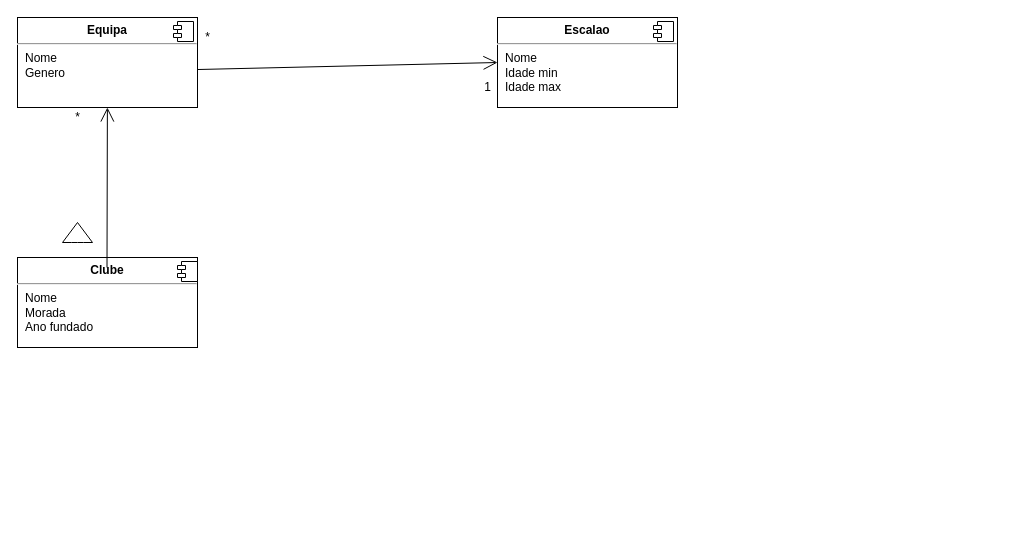
Earlier version of the draw.io diagram Untitled Diagram.drawio (up201907863/up201907863). Source tidied: cells renumbered, new cells numbered last; positions are measured from the earlier drawing's top-left corner, leaving out a move shared by most shapes. Both pictures are drawn from the tidied source at 100%, with x=0, y=0 at pixel (17, 17).
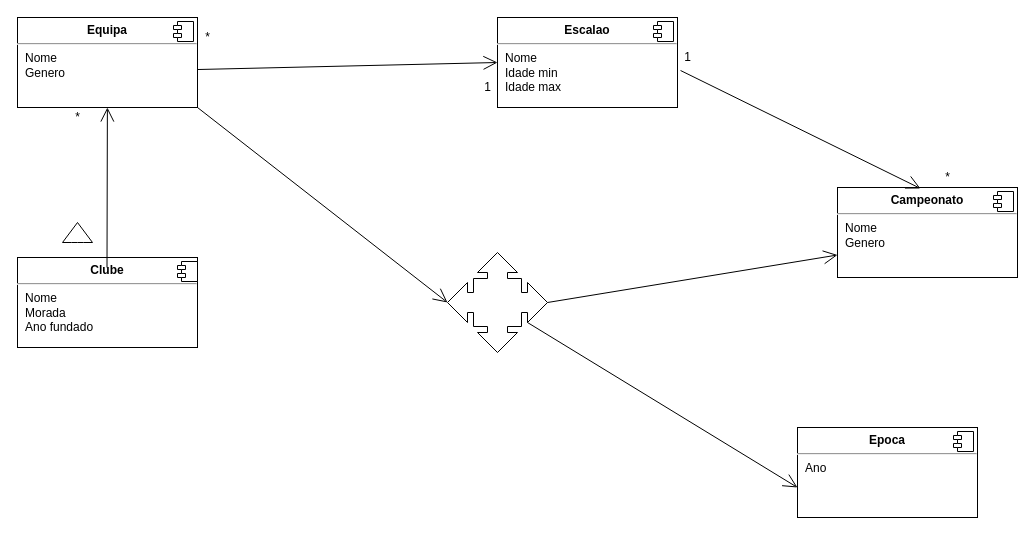
After the change.

Unchanged cells that the change refers to:
```xml
<mxCell id="9" value="&lt;p style=&quot;margin: 0px ; margin-top: 6px ; text-align: center&quot;&gt;&lt;b&gt;Escalao&lt;/b&gt;&lt;/p&gt;&lt;hr&gt;&lt;p style=&quot;margin: 0px ; margin-left: 8px&quot;&gt;Nome&lt;br&gt;Idade min&lt;/p&gt;&lt;p style=&quot;margin: 0px ; margin-left: 8px&quot;&gt;Idade max&lt;/p&gt;" style="align=left;overflow=fill;html=1;" parent="1" vertex="1">
  <mxGeometry x="480" width="180" height="90" as="geometry" />
</mxCell>
```

What changed in the source:
```diff
@@
+    <mxCell id="14" value="&lt;p style=&quot;margin: 0px ; margin-top: 6px ; text-align: center&quot;&gt;&lt;b&gt;Campeonato&lt;/b&gt;&lt;/p&gt;&lt;hr&gt;&lt;p style=&quot;margin: 0px ; margin-left: 8px&quot;&gt;Nome&lt;br&gt;Genero&lt;/p&gt;" style="align=left;overflow=fill;html=1;" parent="1" vertex="1">
+      <mxGeometry x="820" y="170" width="180" height="90" as="geometry" />
+    </mxCell>
+    <mxCell id="15" style="shape=component;jettyWidth=8;jettyHeight=4;" parent="14" vertex="1">
+      <mxGeometry x="1" width="20" height="20" relative="1" as="geometry">
+        <mxPoint x="-24" y="4" as="offset" />
+      </mxGeometry>
+    </mxCell>
+    <mxCell id="16" value="&lt;p style=&quot;margin: 0px ; margin-top: 6px ; text-align: center&quot;&gt;&lt;b&gt;Epoca&lt;/b&gt;&lt;/p&gt;&lt;hr&gt;&lt;p style=&quot;margin: 0px ; margin-left: 8px&quot;&gt;Ano&lt;br&gt;&lt;/p&gt;" style="align=left;overflow=fill;html=1;" parent="1" vertex="1">
+      <mxGeometry x="780" y="410" width="180" height="90" as="geometry" />
+    </mxCell>
+    <mxCell id="17" style="shape=component;jettyWidth=8;jettyHeight=4;" parent="16" vertex="1">
+      <mxGeometry x="1" width="20" height="20" relative="1" as="geometry">
+        <mxPoint x="-24" y="4" as="offset" />
+      </mxGeometry>
+    </mxCell>
+    <mxCell id="18" style="endArrow=open;endFill=1;endSize=12;html=1;rounded=0;entryX=0.461;entryY=0.011;entryDx=0;entryDy=0;entryPerimeter=0;exitX=1.017;exitY=0.589;exitDx=0;exitDy=0;exitPerimeter=0;" parent="1" edge="1" source="9" target="14">
+      <mxGeometry relative="1" as="geometry" />
+    </mxCell>
+    <mxCell id="19" value="1" style="text;html=1;align=center;verticalAlign=middle;strokeColor=none;fillColor=none;" parent="1" vertex="1">
+      <mxGeometry x="660" y="30" width="20" height="20" as="geometry" />
+    </mxCell>
+    <mxCell id="20" value="*" style="text;html=1;align=center;verticalAlign=middle;strokeColor=none;fillColor=none;" parent="1" vertex="1">
+      <mxGeometry x="920" y="150" width="20" height="20" as="geometry" />
+    </mxCell>
+    <mxCell id="21" style="html=1;shadow=0;dashed=0;align=center;verticalAlign=middle;shape=mxgraph.arrows2.calloutQuadArrow;dy=10;dx=20;notch=24;arrowHead=10;" parent="1" vertex="1">
+      <mxGeometry x="430" y="235" width="100" height="100" as="geometry" />
+    </mxCell>
+    <mxCell id="22" style="endArrow=open;endFill=1;endSize=12;html=1;rounded=0;entryX=0;entryY=0.5;entryDx=0;entryDy=0;entryPerimeter=0;" parent="1" edge="1" target="21">
+      <mxGeometry relative="1" as="geometry">
+        <mxPoint x="180" y="90" as="sourcePoint" />
+      </mxGeometry>
+    </mxCell>
+    <mxCell id="23" style="endArrow=open;endFill=1;endSize=12;html=1;rounded=0;entryX=0;entryY=0.75;entryDx=0;entryDy=0;exitX=1;exitY=0.5;exitDx=0;exitDy=0;exitPerimeter=0;" parent="1" edge="1" source="21" target="14">
+      <mxGeometry relative="1" as="geometry" />
+    </mxCell>
+    <mxCell id="24" style="endArrow=open;endFill=1;endSize=12;html=1;rounded=0;exitX=0;exitY=0;exitDx=80;exitDy=70;exitPerimeter=0;" parent="1" edge="1" source="21">
+      <mxGeometry relative="1" as="geometry">
+        <mxPoint x="780" y="470" as="targetPoint" />
+      </mxGeometry>
+    </mxCell>
```
